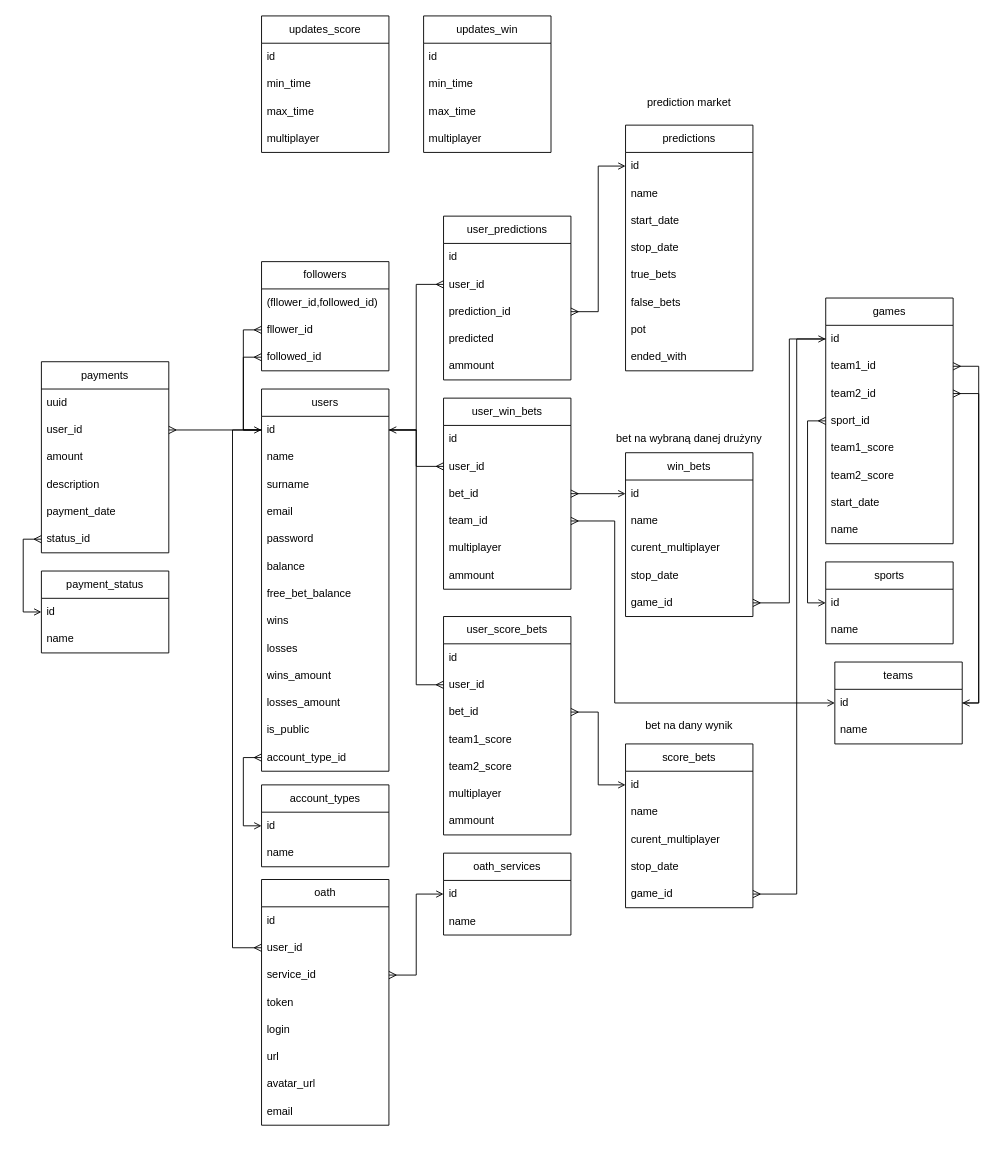
This is diagramy/db.drawio from Barabol/PewniaczekBetBack, a draw.io file, before an edit. Source tidied: cells renumbered, new cells numbered last; positions are measured from the earlier drawing's top-left corner, leaving out a move shared by most shapes. Both pictures are drawn from the tidied source at 91%, with x=0, y=0 at pixel (41, 15).
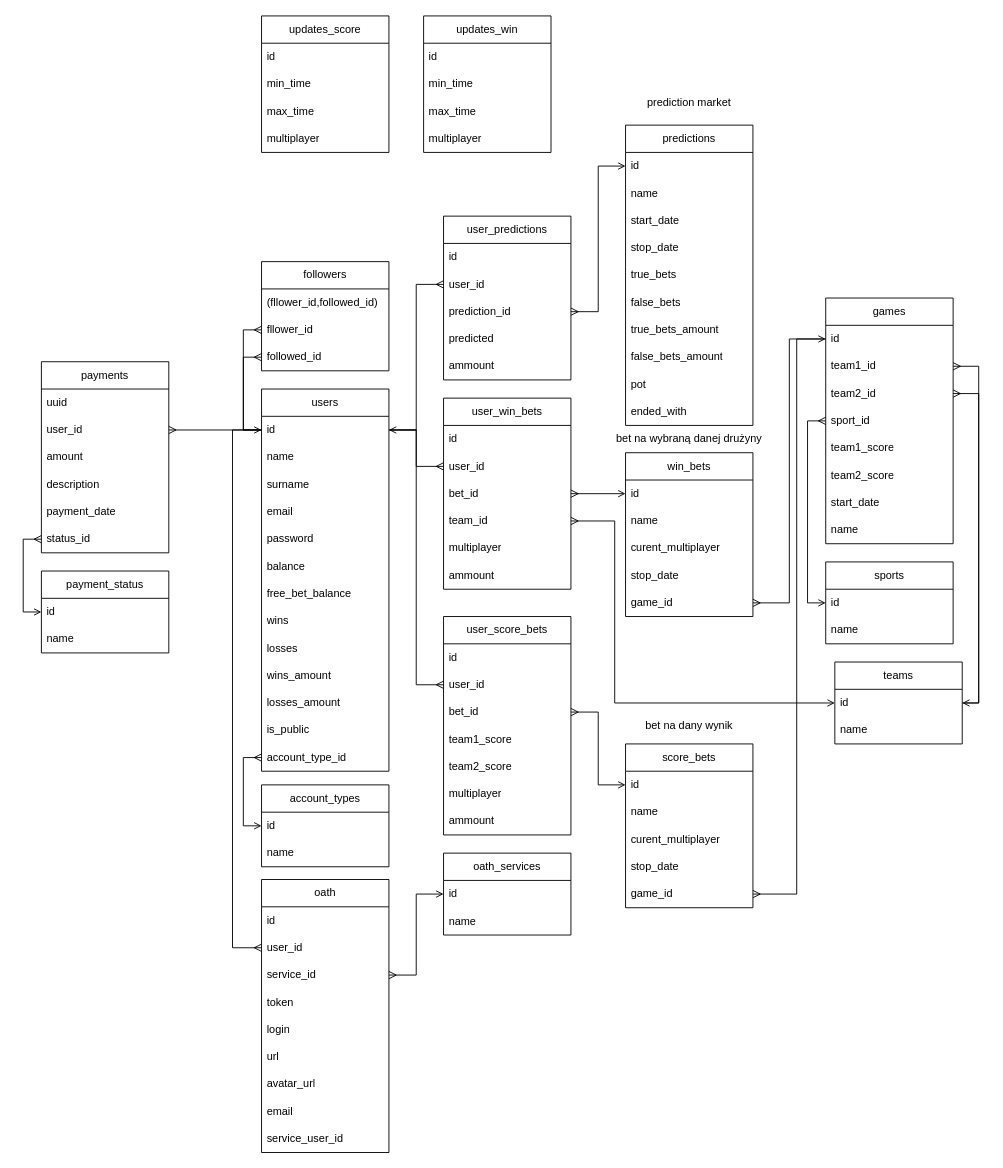
Above is the later version.

The edit, as a diff of the source:
```diff
@@
     <mxCell id="64" value="predictions" style="swimlane;fontStyle=0;horizontal=1;startSize=30;whiteSpace=wrap;html=1;" parent="1" vertex="1">
-      <mxGeometry x="641.9" y="120" width="140" height="270" as="geometry" />
+      <mxGeometry x="641.9" y="120" width="140" height="330" as="geometry" />
     </mxCell>
@@
+    <mxCell id="134" value="true_bets_amount" style="text;strokeColor=none;fillColor=none;align=left;verticalAlign=middle;spacingLeft=4;spacingRight=4;overflow=hidden;whiteSpace=wrap;html=1;" parent="64" vertex="1">
+      <mxGeometry y="210" width="140" height="30" as="geometry" />
+    </mxCell>
+    <mxCell id="135" value="false_bets_amount" style="text;strokeColor=none;fillColor=none;align=left;verticalAlign=middle;spacingLeft=4;spacingRight=4;overflow=hidden;whiteSpace=wrap;html=1;" parent="64" vertex="1">
+      <mxGeometry y="240" width="140" height="30" as="geometry" />
+    </mxCell>
     <mxCell id="71" value="pot" style="text;strokeColor=none;fillColor=none;align=left;verticalAlign=middle;spacingLeft=4;spacingRight=4;overflow=hidden;whiteSpace=wrap;html=1;" parent="64" vertex="1">
-      <mxGeometry y="210" width="140" height="30" as="geometry" />
+      <mxGeometry y="270" width="140" height="30" as="geometry" />
     </mxCell>
     <mxCell id="72" value="ended_with" style="text;strokeColor=none;fillColor=none;align=left;verticalAlign=middle;spacingLeft=4;spacingRight=4;overflow=hidden;whiteSpace=wrap;html=1;" parent="64" vertex="1">
-      <mxGeometry y="240" width="140" height="30" as="geometry" />
+      <mxGeometry y="300" width="140" height="30" as="geometry" />
     </mxCell>
@@
     <mxCell id="108" value="oath" style="swimlane;fontStyle=0;horizontal=1;startSize=30;whiteSpace=wrap;html=1;" parent="1" vertex="1">
-      <mxGeometry x="241.9" y="949" width="140" height="270" as="geometry" />
+      <mxGeometry x="241.9" y="949" width="140" height="300" as="geometry" />
     </mxCell>
@@
+    <mxCell id="136" value="service_user_id" style="text;strokeColor=none;fillColor=none;align=left;verticalAlign=middle;spacingLeft=4;spacingRight=4;overflow=hidden;whiteSpace=wrap;html=1;" parent="108" vertex="1">
+      <mxGeometry y="270" width="140" height="30" as="geometry" />
+    </mxCell>
```
